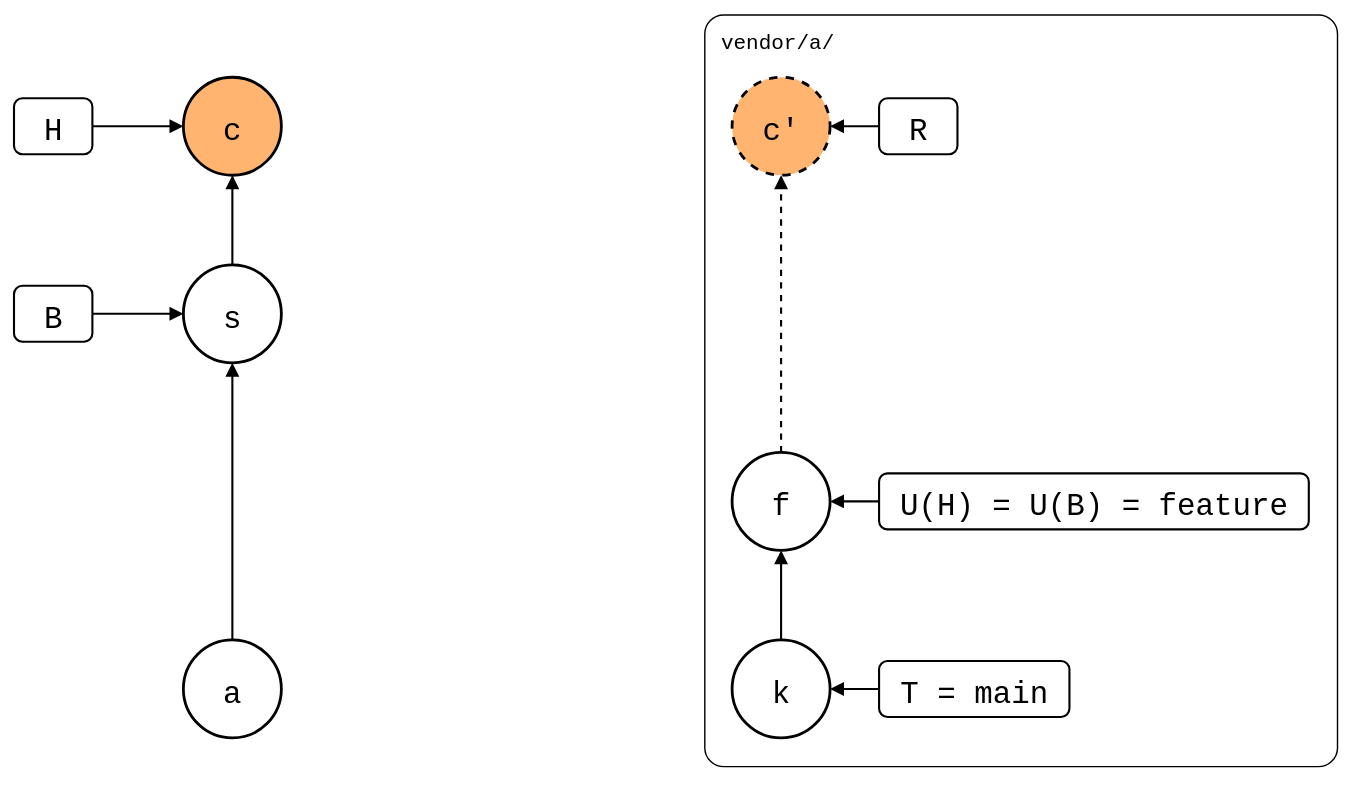
roschaefer/git-splice keeps this draw.io diagram as test/scenarios/03-branches-and-teamwork/03-squash-merged-pull/squash-merged-pull.drawio.svg. Above is the earlier version. Source tidied: cells renumbered, new cells last; positions are measured from the earlier drawing's top-left corner, leaving out a move shared by most shapes.
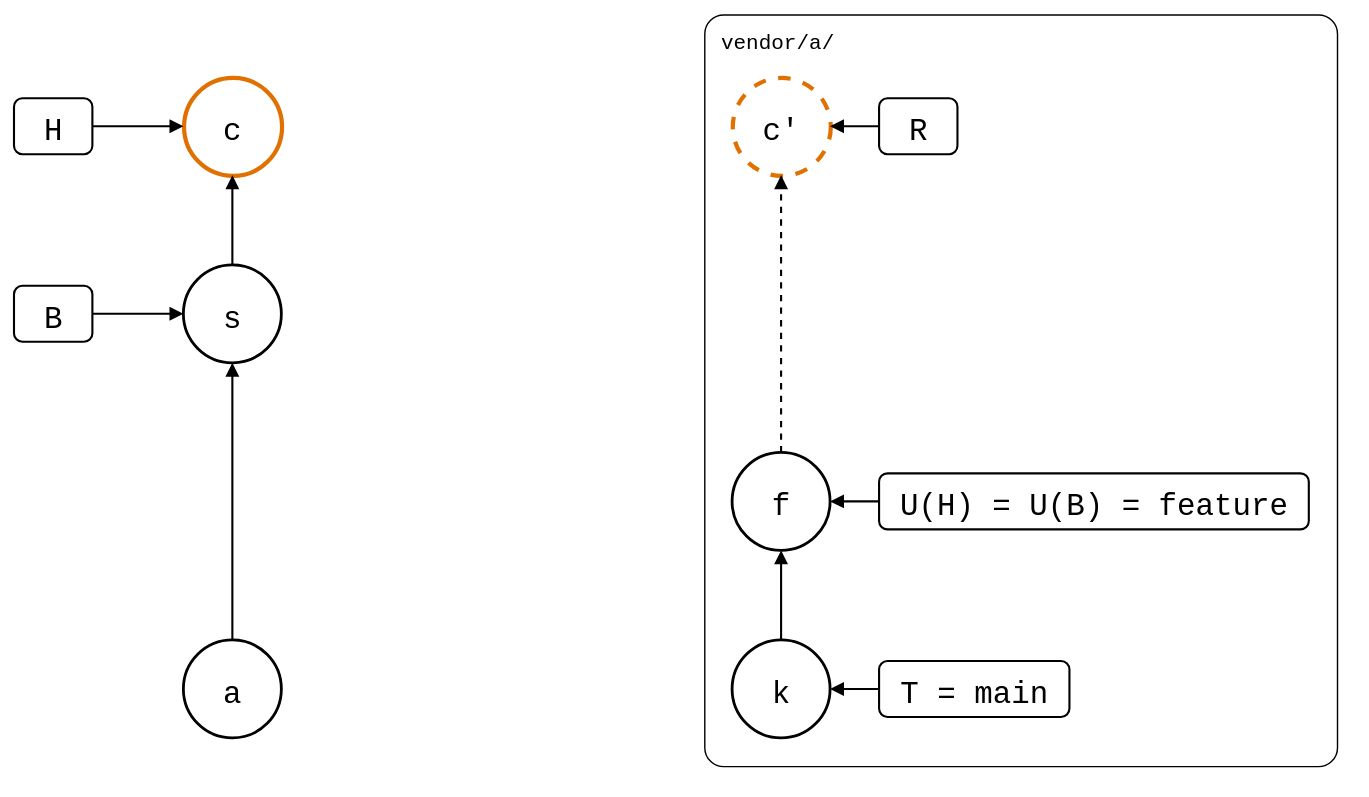
The same file after the commit.

What changed in the source:
```diff
@@ -11,7 +11,7 @@
     <mxCell id="4" value="s" style="ellipse;strokeWidth=2;fontSize=22;fontFamily=Roboto Mono,monospace;" parent="1" vertex="1">
       <mxGeometry x="121" y="179" width="70" height="70" as="geometry" />
     </mxCell>
-    <mxCell id="5" value="c" style="ellipse;strokeWidth=2;fontSize=22;fontFamily=Roboto Mono,monospace;fillColor=#FFB570;" parent="1" vertex="1">
+    <mxCell id="5" value="c" style="ellipse;fontSize=22;fontFamily=Roboto Mono,monospace;strokeColor=#E07000;strokeWidth=3;" parent="1" vertex="1">
       <mxGeometry x="121" y="45" width="70" height="70" as="geometry" />
     </mxCell>
     <mxCell id="6" value="k" style="ellipse;strokeWidth=2;fontSize=22;fontFamily=Roboto Mono,monospace;" parent="1" vertex="1">
@@ -20,7 +20,7 @@
     <mxCell id="7" value="f" style="ellipse;strokeWidth=2;fontSize=22;fontFamily=Roboto Mono,monospace;" parent="1" vertex="1">
       <mxGeometry x="513" y="313" width="70" height="70" as="geometry" />
     </mxCell>
-    <mxCell id="8" value="c'" style="ellipse;strokeWidth=2;fontSize=22;fontFamily=Roboto Mono,monospace;dashed=1;fillColor=#FFB570;" parent="1" vertex="1">
+    <mxCell id="8" value="c'" style="ellipse;fontSize=22;fontFamily=Roboto Mono,monospace;dashed=1;strokeColor=#E07000;strokeWidth=3;" parent="1" vertex="1">
       <mxGeometry x="513" y="45" width="70" height="70" as="geometry" />
     </mxCell>
     <mxCell id="9" value="H" style="rounded=1;strokeWidth=1.5;fontSize=22;fontFamily=Roboto Mono,monospace;" parent="1" vertex="1">
```
